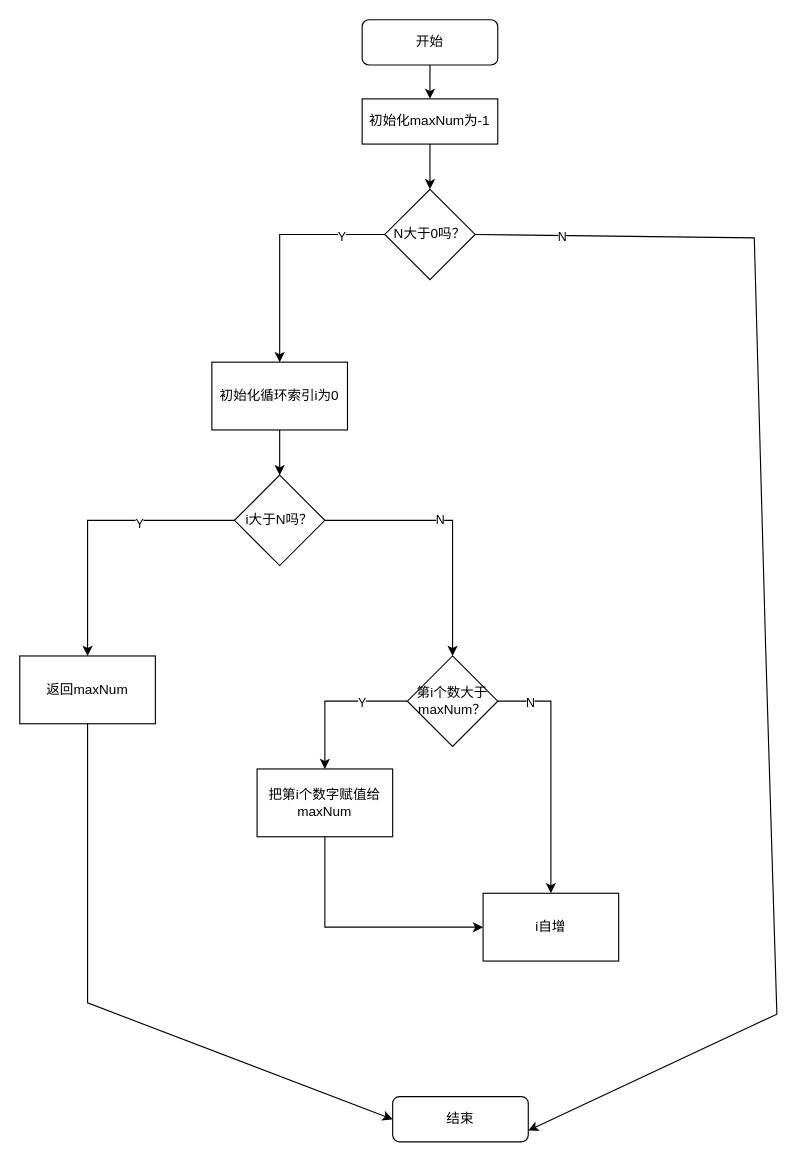
Above: c语言练习3-1.drawio in lastVigo/sundries (draw.io), before the change. Source tidied: cells renumbered, new cells numbered last; positions are measured from the earlier drawing's top-left corner, leaving out a move shared by most shapes. Both pictures are drawn from the tidied source at 113%, with x=0, y=0 at pixel (19, 19).
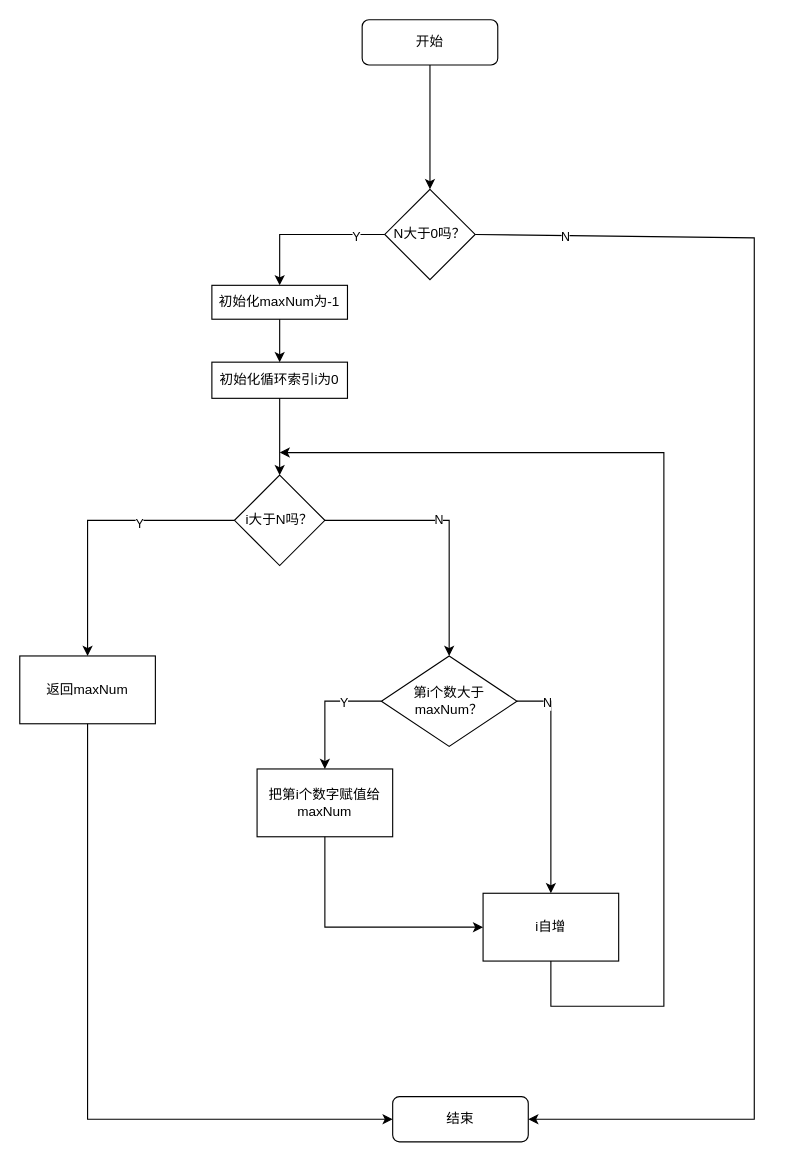
The same diagram, later.

Unchanged cells that the change refers to:
```xml
<mxCell id="2" value="开始" style="rounded=1;whiteSpace=wrap;html=1;fontSize=12;glass=0;strokeWidth=1;shadow=0;" parent="1" vertex="1">
  <mxGeometry x="303" width="120" height="40" as="geometry" />
</mxCell>
<mxCell id="3" value="结束" style="rounded=1;whiteSpace=wrap;html=1;fontSize=12;glass=0;strokeWidth=1;shadow=0;" parent="1" vertex="1">
  <mxGeometry x="330" y="953" width="120" height="40" as="geometry" />
</mxCell>
<mxCell id="4" value="N大于0吗？" style="rhombus;whiteSpace=wrap;html=1;" parent="1" vertex="1">
  <mxGeometry x="323" y="150" width="80" height="80" as="geometry" />
</mxCell>
<mxCell id="17" value="i大于N吗？" style="rhombus;whiteSpace=wrap;html=1;" parent="1" vertex="1">
  <mxGeometry x="190" y="403" width="80" height="80" as="geometry" />
</mxCell>
<mxCell id="19" value="返回maxNum" style="rounded=0;whiteSpace=wrap;html=1;" parent="1" vertex="1">
  <mxGeometry y="563" width="120" height="60" as="geometry" />
</mxCell>
<mxCell id="25" value="i自增" style="rounded=0;whiteSpace=wrap;html=1;" parent="1" vertex="1">
  <mxGeometry x="410" y="773" width="120" height="60" as="geometry" />
</mxCell>
```

Diff of the diagram source:
```diff
@@
-    <mxCell id="5" style="endArrow=classic;html=1;rounded=0;exitX=0.5;exitY=1;exitDx=0;exitDy=0;entryX=0.5;entryY=0;entryDx=0;entryDy=0;" parent="1" edge="1" source="2" target="14">
+    <mxCell id="5" style="endArrow=classic;html=1;rounded=0;exitX=0.5;exitY=1;exitDx=0;exitDy=0;entryX=0.5;entryY=0;entryDx=0;entryDy=0;" parent="1" edge="1" source="2" target="4">
       <mxGeometry relative="1" as="geometry" />
     </mxCell>
-    <mxCell id="6" style="endArrow=classic;html=1;rounded=0;exitX=1;exitY=0.5;exitDx=0;exitDy=0;entryX=1;entryY=0.75;entryDx=0;entryDy=0;" parent="1" edge="1" source="4" target="3">
+    <mxCell id="6" style="endArrow=classic;html=1;rounded=0;exitX=1;exitY=0.5;exitDx=0;exitDy=0;entryX=1;entryY=0.5;entryDx=0;entryDy=0;" parent="1" edge="1" source="4" target="3">
       <mxGeometry relative="1" as="geometry">
         <Array as="points">
           <mxPoint x="650" y="193" />
-          <mxPoint x="660" y="553" />
-          <mxPoint x="670" y="880" />
+          <mxPoint x="650" y="973" />
         </Array>
       </mxGeometry>
     </mxCell>
@@
-    <mxCell id="8" style="endArrow=classic;html=1;rounded=0;exitX=0;exitY=0.5;exitDx=0;exitDy=0;entryX=0.5;entryY=0;entryDx=0;entryDy=0;" parent="1" edge="1" source="4" target="16">
+    <mxCell id="8" style="endArrow=classic;html=1;rounded=0;exitX=0;exitY=0.5;exitDx=0;exitDy=0;entryX=0.5;entryY=0;entryDx=0;entryDy=0;" parent="1" edge="1" source="4" target="14">
       <mxGeometry relative="1" as="geometry">
         <Array as="points">
           <mxPoint x="230" y="190" />
         </Array>
       </mxGeometry>
     </mxCell>
@@
     <mxCell id="12" style="endArrow=classic;html=1;rounded=0;exitX=1;exitY=0.5;exitDx=0;exitDy=0;entryX=0.5;entryY=0;entryDx=0;entryDy=0;" parent="1" edge="1" source="17" target="21">
       <mxGeometry relative="1" as="geometry">
         <Array as="points">
-          <mxPoint x="383" y="443" />
+          <mxPoint x="380" y="443" />
         </Array>
       </mxGeometry>
     </mxCell>
@@
     <mxCell id="14" value="初始化maxNum为-1" style="rounded=0;whiteSpace=wrap;html=1;" parent="1" vertex="1">
-      <mxGeometry x="303" y="70" width="120" height="40" as="geometry" />
+      <mxGeometry x="170" y="235" width="120" height="30" as="geometry" />
     </mxCell>
-    <mxCell id="15" style="endArrow=classic;html=1;rounded=0;entryX=0.5;entryY=0;entryDx=0;entryDy=0;exitX=0.5;exitY=1;exitDx=0;exitDy=0;" parent="1" edge="1" source="14" target="4">
-      <mxGeometry relative="1" as="geometry" />
-    </mxCell>
     <mxCell id="16" value="初始化循环索引i为0" style="rounded=0;whiteSpace=wrap;html=1;" parent="1" vertex="1">
-      <mxGeometry x="170" y="303" width="120" height="60" as="geometry" />
+      <mxGeometry x="170" y="303" width="120" height="32" as="geometry" />
     </mxCell>
@@
     <mxCell id="20" style="endArrow=classic;html=1;rounded=0;exitX=0.5;exitY=1;exitDx=0;exitDy=0;entryX=0;entryY=0.5;entryDx=0;entryDy=0;" parent="1" edge="1" source="19" target="3">
       <mxGeometry relative="1" as="geometry">
         <Array as="points">
-          <mxPoint x="60" y="870" />
+          <mxPoint x="60" y="973" />
         </Array>
       </mxGeometry>
     </mxCell>
     <mxCell id="21" value="第i个数大于maxNum？" style="rhombus;whiteSpace=wrap;html=1;" parent="1" vertex="1">
-      <mxGeometry x="343" y="563" width="80" height="80" as="geometry" />
+      <mxGeometry x="320" y="563" width="120" height="80" as="geometry" />
     </mxCell>
@@
+    <mxCell id="29" style="endArrow=classic;html=1;rounded=0;exitX=0.5;exitY=1;exitDx=0;exitDy=0;" parent="1" edge="1" source="25">
+      <mxGeometry relative="1" as="geometry">
+        <mxPoint x="230" y="383" as="targetPoint" />
+        <Array as="points">
+          <mxPoint x="470" y="873" />
+          <mxPoint x="570" y="873" />
+          <mxPoint x="570" y="383" />
+        </Array>
+      </mxGeometry>
+    </mxCell>
+    <mxCell id="30" style="endArrow=classic;html=1;rounded=0;exitX=0.5;exitY=1;exitDx=0;exitDy=0;" parent="1" edge="1" source="14" target="16">
+      <mxGeometry relative="1" as="geometry" />
+    </mxCell>
```
